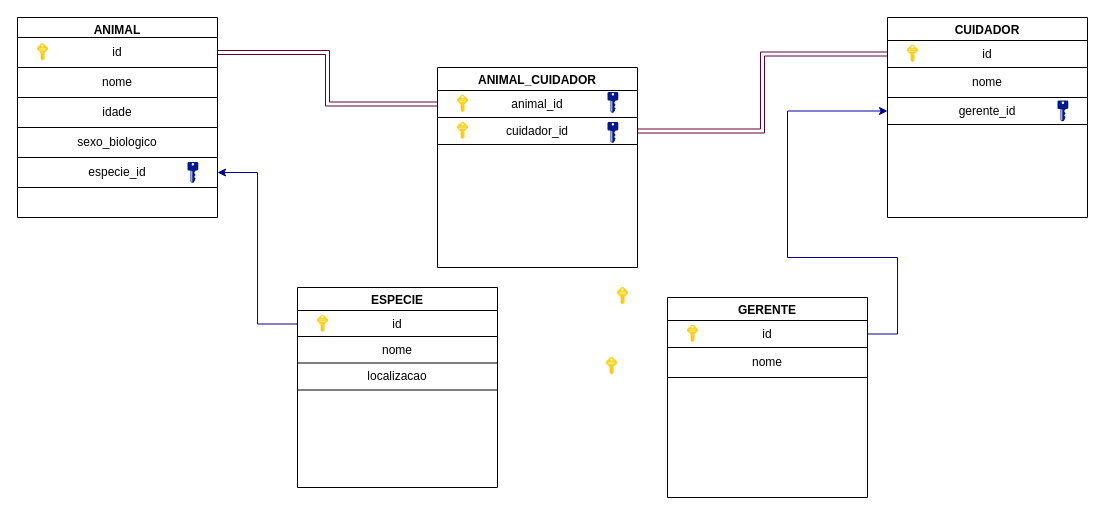
AirelRibeiro/Exercices-Trybe keeps this draw.io diagram as Back-end/bloco-21-funcoes-sql-joins-e-normalizacao/dia-3-transformando-ideias-em-um-modelo-de-banco-de-dados/modelo-ER-zoo.drawio. Above is the earlier version. Source tidied: cells renumbered, new cells numbered last; positions are measured from the earlier drawing's top-left corner, leaving out a move shared by most shapes. Both pictures are drawn from the tidied source at 100%, with x=0, y=0 at pixel (17, 17).
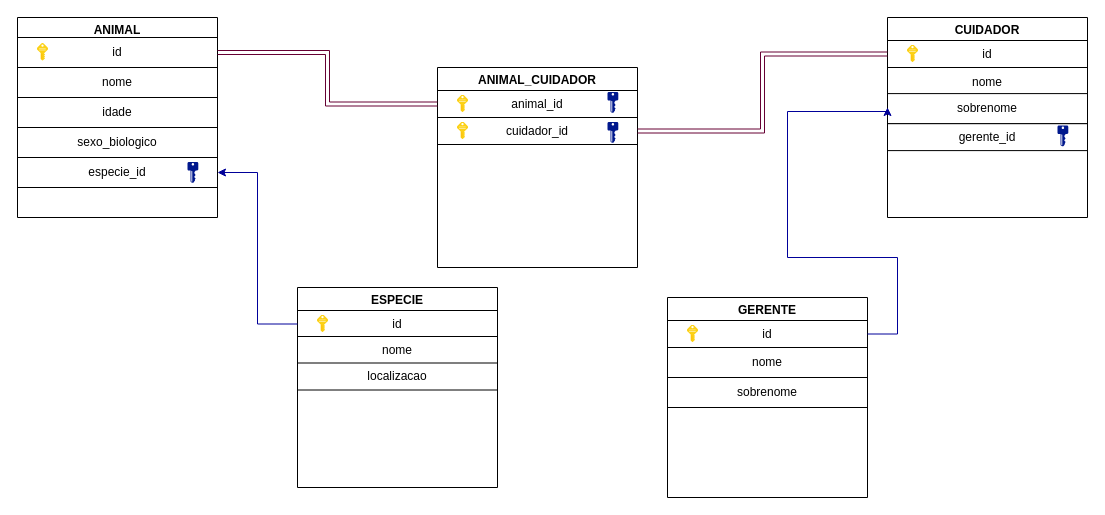
The same page after the edit.

Commit message:
Atualiza modelo-ER-zoo.drawio - Inclusão de sobrenome para cuidadores e gerentes

The change refers to these unchanged cells:
```xml
<mxCell id="10" value="CUIDADOR" style="swimlane;" parent="1" vertex="1">
  <mxGeometry x="870" width="200" height="200" as="geometry" />
</mxCell>
<mxCell id="33" value="GERENTE" style="swimlane;" parent="1" vertex="1">
  <mxGeometry x="650" y="280" width="200" height="200" as="geometry" />
</mxCell>
<mxCell id="34" value="id" style="rounded=0;whiteSpace=wrap;html=1;" parent="33" vertex="1">
  <mxGeometry y="23" width="200" height="27" as="geometry" />
</mxCell>
```

Diff of the diagram source:
```diff
@@
     <mxCell id="14" value="gerente_id" style="rounded=0;whiteSpace=wrap;html=1;" parent="10" vertex="1">
-      <mxGeometry y="80" width="200" height="27" as="geometry" />
+      <mxGeometry y="106.1" width="200" height="27" as="geometry" />
     </mxCell>
     <mxCell id="15" style="sketch=0;shadow=0;dashed=0;html=1;strokeColor=none;labelPosition=center;verticalLabelPosition=bottom;verticalAlign=top;align=center;fillColor=#00188D;shape=mxgraph.mscae.enterprise.key_permissions;" parent="10" vertex="1">
-      <mxGeometry x="170" y="83.1" width="10.8" height="20.8" as="geometry" />
+      <mxGeometry x="170" y="108.1" width="10.8" height="20.8" as="geometry" />
     </mxCell>
+    <mxCell id="38" value="sobrenome" style="rounded=0;whiteSpace=wrap;html=1;" parent="10" vertex="1">
+      <mxGeometry y="76.1" width="200" height="30" as="geometry" />
+    </mxCell>
@@
-    <mxCell id="22" style="sketch=0;html=1;align=center;image;fontSize=12;image=img/lib/mscae/Key.svg;" parent="1" vertex="1">
-      <mxGeometry x="600" y="270" width="11" height="17.7" as="geometry" />
-    </mxCell>
-    <mxCell id="23" style="sketch=0;html=1;align=center;image;fontSize=12;image=img/lib/mscae/Key.svg;" parent="1" vertex="1">
-      <mxGeometry x="589" y="340" width="11" height="17.7" as="geometry" />
-    </mxCell>
@@
+    <mxCell id="39" value="sobrenome" style="rounded=0;whiteSpace=wrap;html=1;" parent="33" vertex="1">
+      <mxGeometry y="80" width="200" height="30" as="geometry" />
+    </mxCell>
-    <mxCell id="37" style="edgeStyle=orthogonalEdgeStyle;rounded=0;jettySize=auto;html=1;exitX=1;exitY=0.5;exitDx=0;exitDy=0;entryX=0;entryY=0.5;entryDx=0;entryDy=0;strokeColor=#000099;" parent="1" edge="1" source="34" target="14">
+    <mxCell id="37" style="edgeStyle=orthogonalEdgeStyle;rounded=0;jettySize=auto;html=1;exitX=1;exitY=0.5;exitDx=0;exitDy=0;strokeColor=#000099;" parent="1" edge="1" source="34">
       <mxGeometry relative="1" as="geometry">
+        <mxPoint x="870" y="90" as="targetPoint" />
         <Array as="points">
           <mxPoint x="880" y="317" />
           <mxPoint x="880" y="240" />
           <mxPoint x="770" y="240" />
           <mxPoint x="770" y="94" />
         </Array>
       </mxGeometry>
     </mxCell>
```
